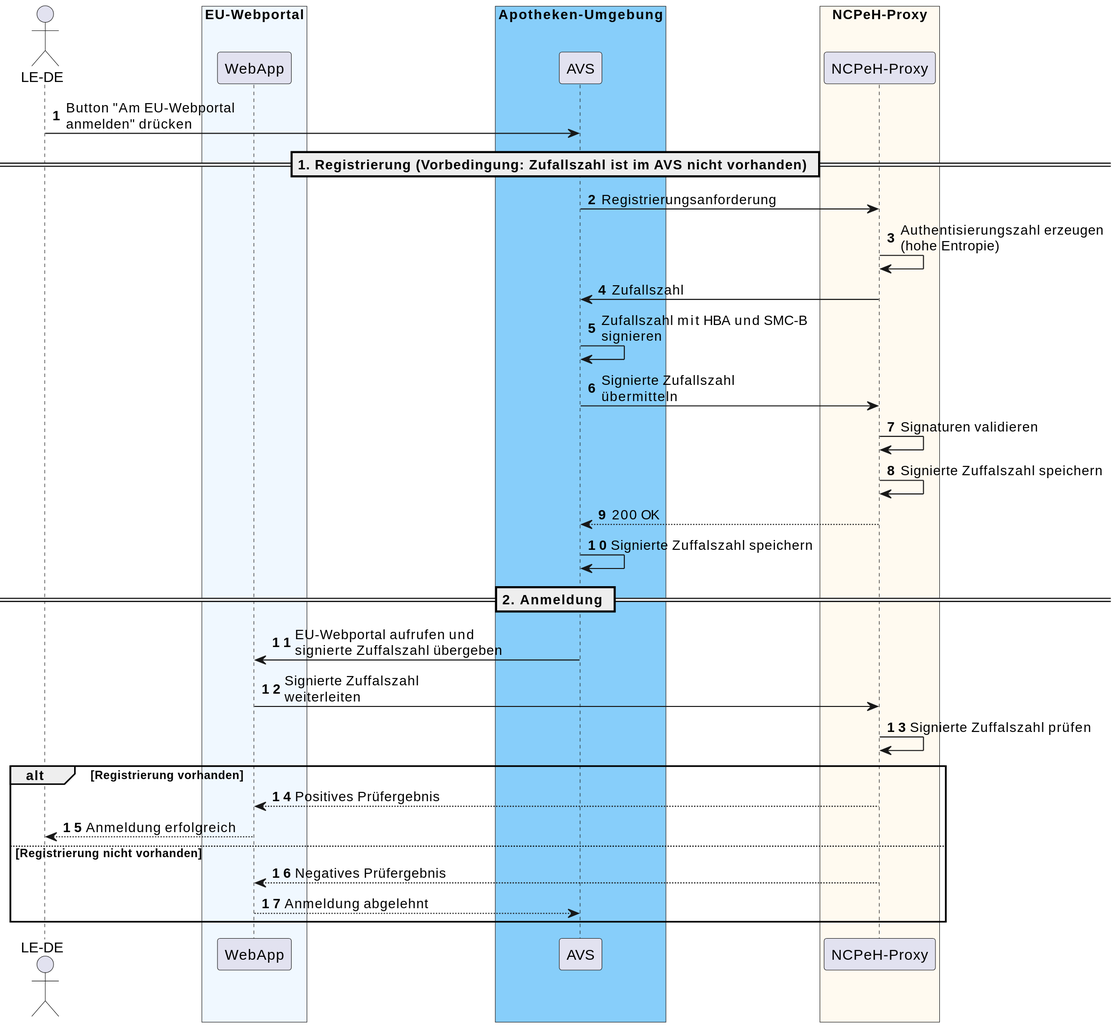
Earlier version of the PlantUML export images/feature/eped-b/auth/auth_seq-alternative4b.svg (gematik/api-ncpeh).
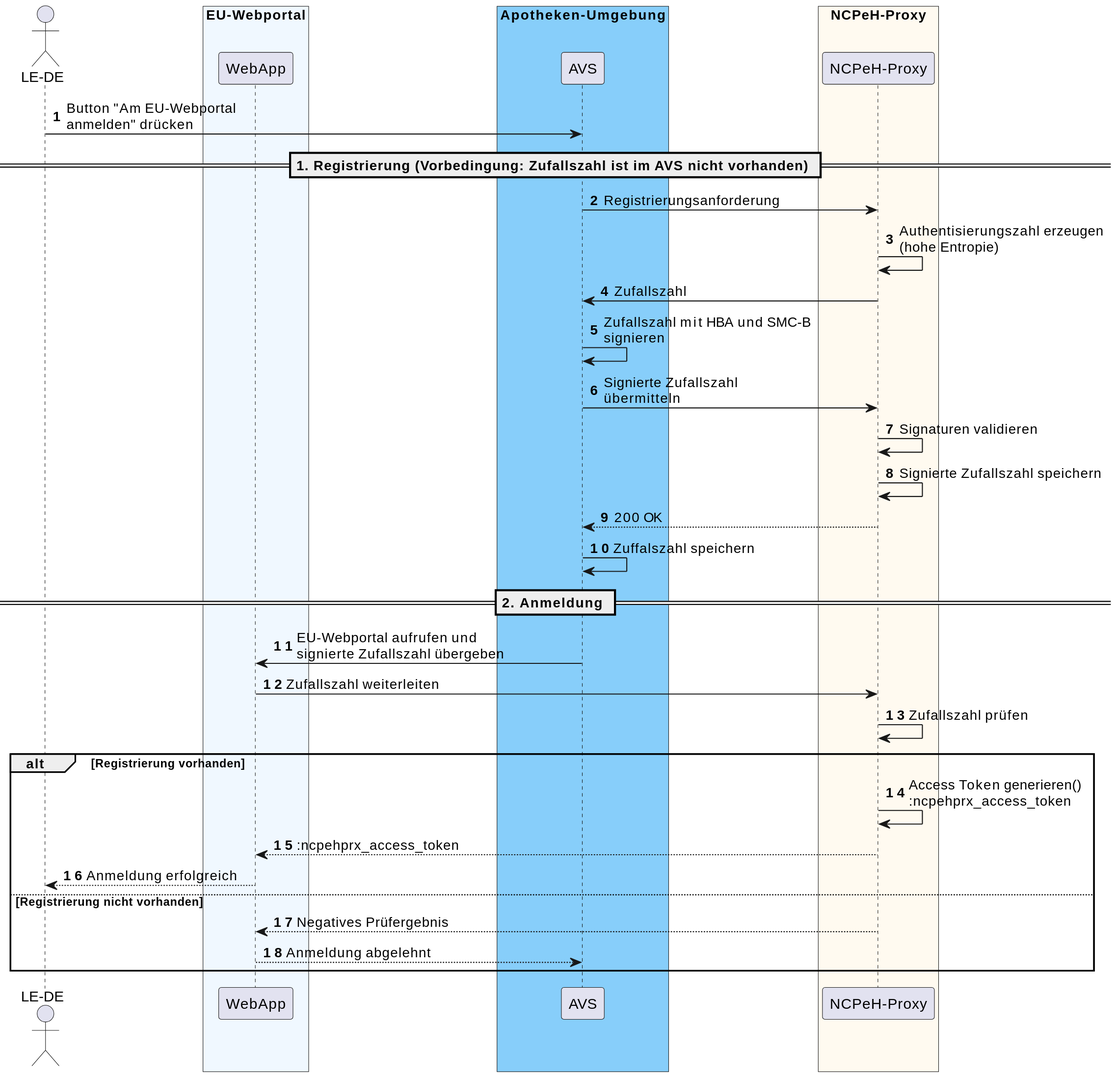
Above is the later version.

Diff of the diagram source:
```diff
@@ -33,18 +33,19 @@
 AVS -> Proxy: Signierte Zufallszahl übermitteln
 
 Proxy -> Proxy: Signaturen validieren
-Proxy -> Proxy: Signierte Zuffalszahl speichern
+Proxy -> Proxy: Signierte Zufallszahl speichern
 Proxy --> AVS: 200 OK
 
-AVS -> AVS: Signierte Zuffalszahl speichern
+AVS -> AVS: Zuffalszahl speichern
 
 == 2. Anmeldung ==
 
-AVS -> WebApp: EU-Webportal aufrufen und signierte Zuffalszahl übergeben
-WebApp -> Proxy: Signierte Zuffalszahl weiterleiten
-Proxy -> Proxy: Signierte Zuffalszahl prüfen
+AVS -> WebApp: EU-Webportal aufrufen und signierte Zufallszahl übergeben
+WebApp -> Proxy: Zufallszahl weiterleiten
+Proxy -> Proxy: Zufallszahl prüfen
 alt Registrierung vorhanden
-    Proxy --> WebApp: Positives Prüfergebnis
+    Proxy -> Proxy: Access Token generieren() :ncpehprx_access_token
+    Proxy --> WebApp: :ncpehprx_access_token
     WebApp --> User: Anmeldung erfolgreich
 else Registrierung nicht vorhanden
     Proxy --> WebApp: Negatives Prüfergebnis
```
